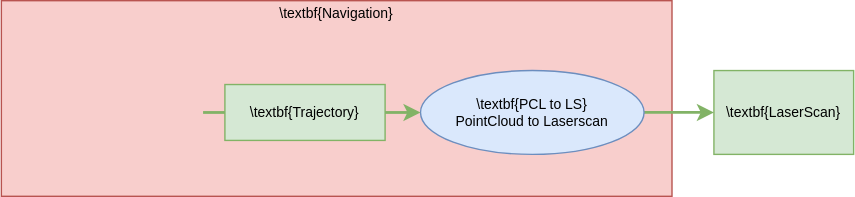
This is Figures/figNavigation.drawio.svg from orjano-max/ORJANOS_MASTER_REPO, a draw.io export, as it was before one commit. Source tidied: cells renumbered, new cells last; positions are measured from the earlier drawing's top-left corner, leaving out a move shared by most shapes. Source of this version:
```xml
<mxGraphModel>
  <root>
    <mxCell id="0" />
    <mxCell id="1" parent="0" />
    <mxCell id="2" style="rounded=0;fillColor=#f8cecc;strokeColor=#b85450;fontSize=10;" parent="1" vertex="1">
      <mxGeometry width="480" height="140" as="geometry" />
    </mxCell>
    <mxCell id="3" value="\textbf{LaserScan}" style="rounded=0;fillColor=#d5e8d4;strokeColor=#82b366;fontSize=10;" parent="1" vertex="1">
      <mxGeometry x="510" y="50" width="100" height="60" as="geometry" />
    </mxCell>
    <mxCell id="4" style="edgeStyle=orthogonalEdgeStyle;jettySize=auto;fillColor=#d5e8d4;strokeColor=#82b366;strokeWidth=2;rounded=1;exitX=1;exitY=0.5;exitDx=0;exitDy=0;entryX=0;entryY=0.5;entryDx=0;entryDy=0;fontSize=10;" parent="1" edge="1" source="7" target="3">
      <mxGeometry relative="1" as="geometry">
        <Array as="points">
          <mxPoint x="470" y="80" />
          <mxPoint x="470" y="80" />
        </Array>
      </mxGeometry>
    </mxCell>
    <mxCell id="5" value="\textbf{Navigation}" style="text;strokeColor=none;fillColor=none;align=center;verticalAlign=middle;rounded=0;fontSize=10;" parent="1" vertex="1">
      <mxGeometry x="118.7" width="242.6" height="18.4" as="geometry" />
    </mxCell>
    <mxCell id="6" value="\textbf{Trajectory}" style="rounded=0;fillColor=#d5e8d4;strokeColor=#82b366;fontSize=10;" parent="1" vertex="1">
      <mxGeometry x="160" y="60" width="114.6" height="40" as="geometry" />
    </mxCell>
    <mxCell id="7" value="\textbf{PCL to LS}&#10;PointCloud to Laserscan" style="ellipse;fillColor=#dae8fc;strokeColor=#6c8ebf;fontStyle=0;fontSize=10;" parent="1" vertex="1">
      <mxGeometry x="300" y="50" width="160" height="60" as="geometry" />
    </mxCell>
    <mxCell id="8" style="edgeStyle=orthogonalEdgeStyle;jettySize=auto;fillColor=#d5e8d4;strokeColor=#82b366;strokeWidth=2;rounded=1;exitX=1;exitY=0.5;exitDx=0;exitDy=0;entryX=0;entryY=0.5;entryDx=0;entryDy=0;endArrow=none;endFill=0;fontSize=10;" parent="1" edge="1" target="6">
      <mxGeometry relative="1" as="geometry">
        <mxPoint x="144.4" y="80" as="sourcePoint" />
        <Array as="points">
          <mxPoint x="150" y="80" />
          <mxPoint x="150" y="80" />
        </Array>
      </mxGeometry>
    </mxCell>
    <mxCell id="9" style="edgeStyle=orthogonalEdgeStyle;jettySize=auto;fillColor=#d5e8d4;strokeColor=#82b366;strokeWidth=2;rounded=1;exitX=1;exitY=0.5;exitDx=0;exitDy=0;entryX=0;entryY=0.5;entryDx=0;entryDy=0;fontSize=10;" parent="1" edge="1" source="6" target="7">
      <mxGeometry relative="1" as="geometry">
        <Array as="points">
          <mxPoint x="290" y="80" />
          <mxPoint x="290" y="80" />
        </Array>
      </mxGeometry>
    </mxCell>
  </root>
</mxGraphModel>
```
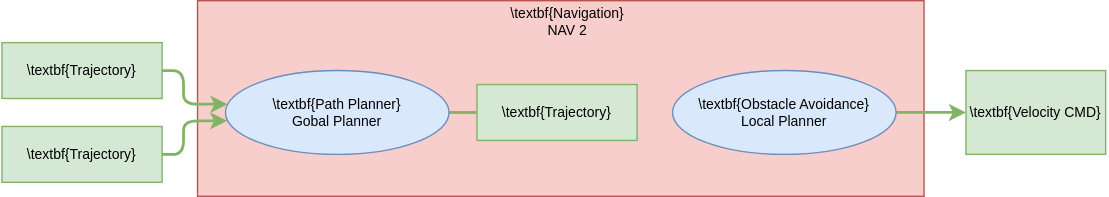
The same diagram one commit later.

The edit, as a diff of the source:
```diff
@@ -3,9 +3,9 @@
     <mxCell id="0" />
     <mxCell id="1" parent="0" />
     <mxCell id="2" style="rounded=0;fillColor=#f8cecc;strokeColor=#b85450;fontSize=10;" parent="1" vertex="1">
-      <mxGeometry width="480" height="140" as="geometry" />
+      <mxGeometry x="-40" width="520" height="140" as="geometry" />
     </mxCell>
-    <mxCell id="3" value="\textbf{LaserScan}" style="rounded=0;fillColor=#d5e8d4;strokeColor=#82b366;fontSize=10;" parent="1" vertex="1">
+    <mxCell id="3" value="\textbf{Velocity CMD}" style="rounded=0;fillColor=#d5e8d4;strokeColor=#82b366;fontSize=10;" parent="1" vertex="1">
       <mxGeometry x="510" y="50" width="100" height="60" as="geometry" />
     </mxCell>
     <mxCell id="4" style="edgeStyle=orthogonalEdgeStyle;jettySize=auto;fillColor=#d5e8d4;strokeColor=#82b366;strokeWidth=2;rounded=1;exitX=1;exitY=0.5;exitDx=0;exitDy=0;entryX=0;entryY=0.5;entryDx=0;entryDy=0;fontSize=10;" parent="1" edge="1" source="7" target="3">
@@ -16,31 +16,42 @@
         </Array>
       </mxGeometry>
     </mxCell>
-    <mxCell id="5" value="\textbf{Navigation}" style="text;strokeColor=none;fillColor=none;align=center;verticalAlign=middle;rounded=0;fontSize=10;" parent="1" vertex="1">
-      <mxGeometry x="118.7" width="242.6" height="18.4" as="geometry" />
+    <mxCell id="5" value="\textbf{Navigation}&#10;NAV 2" style="text;strokeColor=none;fillColor=none;align=center;verticalAlign=middle;rounded=0;fontSize=10;" parent="1" vertex="1">
+      <mxGeometry x="103.7" width="242.6" height="30" as="geometry" />
     </mxCell>
     <mxCell id="6" value="\textbf{Trajectory}" style="rounded=0;fillColor=#d5e8d4;strokeColor=#82b366;fontSize=10;" parent="1" vertex="1">
       <mxGeometry x="160" y="60" width="114.6" height="40" as="geometry" />
     </mxCell>
-    <mxCell id="7" value="\textbf{PCL to LS}&#10;PointCloud to Laserscan" style="ellipse;fillColor=#dae8fc;strokeColor=#6c8ebf;fontStyle=0;fontSize=10;" parent="1" vertex="1">
+    <mxCell id="7" value="\textbf{Obstacle Avoidance}&#10;Local Planner" style="ellipse;fillColor=#dae8fc;strokeColor=#6c8ebf;fontStyle=0;fontSize=10;" parent="1" vertex="1">
       <mxGeometry x="300" y="50" width="160" height="60" as="geometry" />
     </mxCell>
-    <mxCell id="8" style="edgeStyle=orthogonalEdgeStyle;jettySize=auto;fillColor=#d5e8d4;strokeColor=#82b366;strokeWidth=2;rounded=1;exitX=1;exitY=0.5;exitDx=0;exitDy=0;entryX=0;entryY=0.5;entryDx=0;entryDy=0;endArrow=none;endFill=0;fontSize=10;" parent="1" edge="1" target="6">
-      <mxGeometry relative="1" as="geometry">
-        <mxPoint x="144.4" y="80" as="sourcePoint" />
-        <Array as="points">
-          <mxPoint x="150" y="80" />
-          <mxPoint x="150" y="80" />
-        </Array>
-      </mxGeometry>
+    <mxCell id="8" style="edgeStyle=orthogonalEdgeStyle;jettySize=auto;fillColor=#d5e8d4;strokeColor=#82b366;strokeWidth=2;rounded=1;exitX=1;exitY=0.5;exitDx=0;exitDy=0;entryX=0;entryY=0.5;entryDx=0;entryDy=0;endArrow=none;endFill=0;fontSize=10;" parent="1" edge="1" source="10" target="6">
+      <mxGeometry relative="1" as="geometry" />
     </mxCell>
+    <mxCell id="10" value="\textbf{Path Planner}&#10;Gobal Planner" style="ellipse;fillColor=#dae8fc;strokeColor=#6c8ebf;fontStyle=0;fontSize=10;" parent="1" vertex="1">
+      <mxGeometry x="-20" y="50" width="160" height="60" as="geometry" />
+    </mxCell>
-    <mxCell id="9" style="edgeStyle=orthogonalEdgeStyle;jettySize=auto;fillColor=#d5e8d4;strokeColor=#82b366;strokeWidth=2;rounded=1;exitX=1;exitY=0.5;exitDx=0;exitDy=0;entryX=0;entryY=0.5;entryDx=0;entryDy=0;fontSize=10;" parent="1" edge="1" source="6" target="7">
+    <mxCell id="9" style="edgeStyle=orthogonalEdgeStyle;jettySize=auto;fillColor=#d5e8d4;strokeColor=#82b366;strokeWidth=2;rounded=1;exitX=1;exitY=0.5;exitDx=0;exitDy=0;entryX=0.008;entryY=0.6;entryDx=0;entryDy=0;fontSize=10;entryPerimeter=0;" parent="1" edge="1" source="12" target="10">
       <mxGeometry relative="1" as="geometry">
         <Array as="points">
-          <mxPoint x="290" y="80" />
-          <mxPoint x="290" y="80" />
+          <mxPoint x="-50" y="110" />
+          <mxPoint x="-50" y="86" />
         </Array>
       </mxGeometry>
     </mxCell>
+    <mxCell id="11" value="\textbf{Trajectory}" style="rounded=0;fillColor=#d5e8d4;strokeColor=#82b366;fontSize=10;" parent="1" vertex="1">
+      <mxGeometry x="-180" y="30" width="114.6" height="40" as="geometry" />
+    </mxCell>
+    <mxCell id="12" value="\textbf{Trajectory}" style="rounded=0;fillColor=#d5e8d4;strokeColor=#82b366;fontSize=10;" parent="1" vertex="1">
+      <mxGeometry x="-180" y="90" width="114.6" height="40" as="geometry" />
+    </mxCell>
+    <mxCell id="13" style="edgeStyle=orthogonalEdgeStyle;jettySize=auto;fillColor=#d5e8d4;strokeColor=#82b366;strokeWidth=2;rounded=1;exitX=1;exitY=0.5;exitDx=0;exitDy=0;fontSize=10;entryX=0.009;entryY=0.401;entryDx=0;entryDy=0;entryPerimeter=0;" parent="1" edge="1" source="11" target="10">
+      <mxGeometry relative="1" as="geometry">
+        <Array as="points">
+          <mxPoint x="-50" y="50" />
+          <mxPoint x="-50" y="74" />
+        </Array>
+      </mxGeometry>
+    </mxCell>
   </root>
 </mxGraphModel>
```
